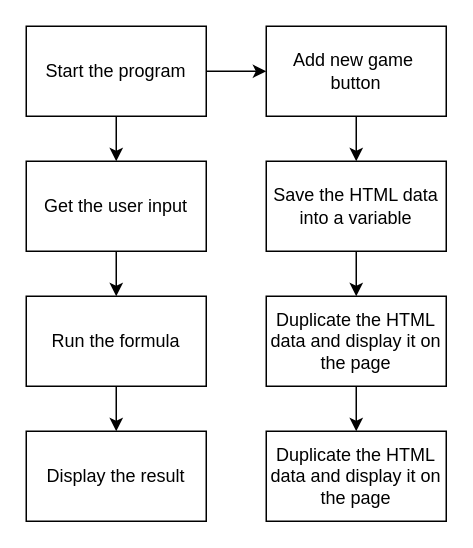
Before: Traccia.drawio in paolo749/Calcolatore-Elo, a draw.io diagram. Source tidied: cells renumbered, new cells numbered last; positions are measured from the earlier drawing's top-left corner, leaving out a move shared by most shapes. Both pictures are drawn from the tidied source at 150%, with x=0, y=0 at pixel (26, 26).
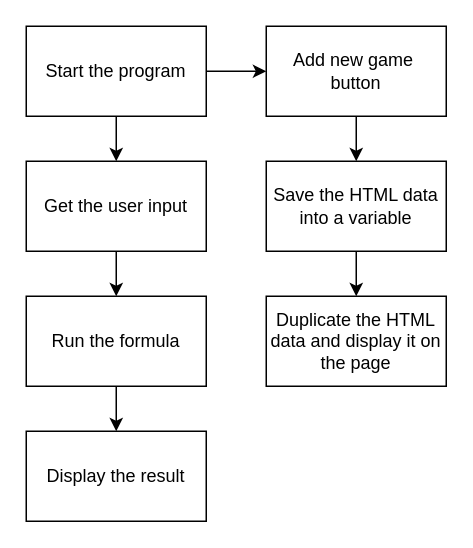
The same page after the edit.

Commit message (it also covers changes not shown here):
removed add/delete games buttons

The edit, as a diff of the source:
```diff
@@
 <mxGraphModel>
   <root>
     <mxCell id="0" />
     <mxCell id="1" parent="0" />
     <mxCell id="2" style="edgeStyle=none;html=1;" parent="1" edge="1" source="4" target="9">
       <mxGeometry relative="1" as="geometry" />
     </mxCell>
     <mxCell id="3" style="edgeStyle=none;html=1;" parent="1" edge="1" source="4" target="11">
       <mxGeometry relative="1" as="geometry" />
     </mxCell>
     <mxCell id="4" value="Start the program" style="rounded=0;whiteSpace=wrap;html=1;" parent="1" vertex="1">
       <mxGeometry width="120" height="60" as="geometry" />
     </mxCell>
     <mxCell id="5" style="edgeStyle=none;html=1;" parent="1" edge="1" source="6" target="7">
       <mxGeometry relative="1" as="geometry" />
     </mxCell>
     <mxCell id="6" value="Run the formula" style="rounded=0;whiteSpace=wrap;html=1;" parent="1" vertex="1">
       <mxGeometry y="180" width="120" height="60" as="geometry" />
     </mxCell>
     <mxCell id="7" value="Display the result" style="rounded=0;whiteSpace=wrap;html=1;" parent="1" vertex="1">
       <mxGeometry y="270" width="120" height="60" as="geometry" />
     </mxCell>
     <mxCell id="8" style="edgeStyle=none;html=1;" parent="1" edge="1" source="9" target="6">
       <mxGeometry relative="1" as="geometry" />
     </mxCell>
     <mxCell id="9" value="Get the user input" style="rounded=0;whiteSpace=wrap;html=1;" parent="1" vertex="1">
       <mxGeometry y="90" width="120" height="60" as="geometry" />
     </mxCell>
     <mxCell id="10" style="edgeStyle=none;html=1;" parent="1" edge="1" source="11" target="13">
       <mxGeometry relative="1" as="geometry" />
     </mxCell>
     <mxCell id="11" value="Add new game&amp;nbsp;&lt;div&gt;&lt;span style=&quot;background-color: transparent;&quot;&gt;button&lt;/span&gt;&lt;/div&gt;" style="rounded=0;whiteSpace=wrap;html=1;" parent="1" vertex="1">
       <mxGeometry x="160" width="120" height="60" as="geometry" />
     </mxCell>
     <mxCell id="12" style="edgeStyle=none;html=1;" parent="1" edge="1" source="13" target="15">
       <mxGeometry relative="1" as="geometry" />
     </mxCell>
     <mxCell id="13" value="Save the HTML data into a variable" style="rounded=0;whiteSpace=wrap;html=1;" parent="1" vertex="1">
       <mxGeometry x="160" y="90" width="120" height="60" as="geometry" />
     </mxCell>
-    <mxCell id="14" style="edgeStyle=none;html=1;" parent="1" edge="1" source="15" target="16">
-      <mxGeometry relative="1" as="geometry" />
-    </mxCell>
     <mxCell id="15" value="Duplicate the HTML data and display it on the page" style="rounded=0;whiteSpace=wrap;html=1;" parent="1" vertex="1">
       <mxGeometry x="160" y="180" width="120" height="60" as="geometry" />
     </mxCell>
-    <mxCell id="16" value="Duplicate the HTML data and display it on the page" style="rounded=0;whiteSpace=wrap;html=1;" parent="1" vertex="1">
-      <mxGeometry x="160" y="270" width="120" height="60" as="geometry" />
-    </mxCell>
   </root>
 </mxGraphModel>
```
